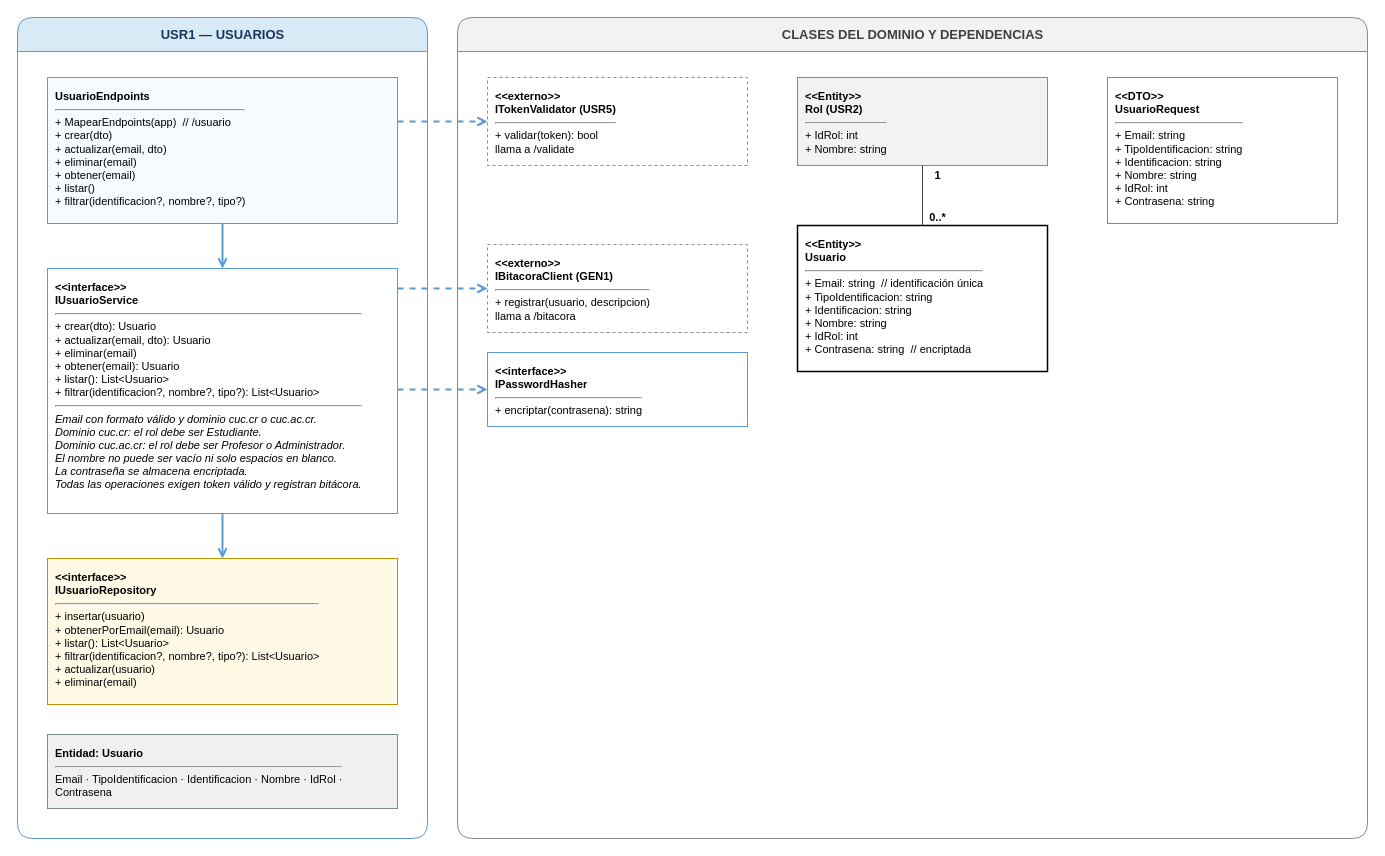
This is Documentacion/Diagramas Generales/Clases/Microservicios/DiagramaClases_AdministracionUsuarios.drawio from AskingManCode/MetaU, a draw.io file, before an edit. Source tidied: cells renumbered, new cells numbered last; positions are measured from the earlier drawing's top-left corner, leaving out a move shared by most shapes. Both pictures are drawn from the tidied source at 100%, with x=0, y=0 at pixel (17, 17).
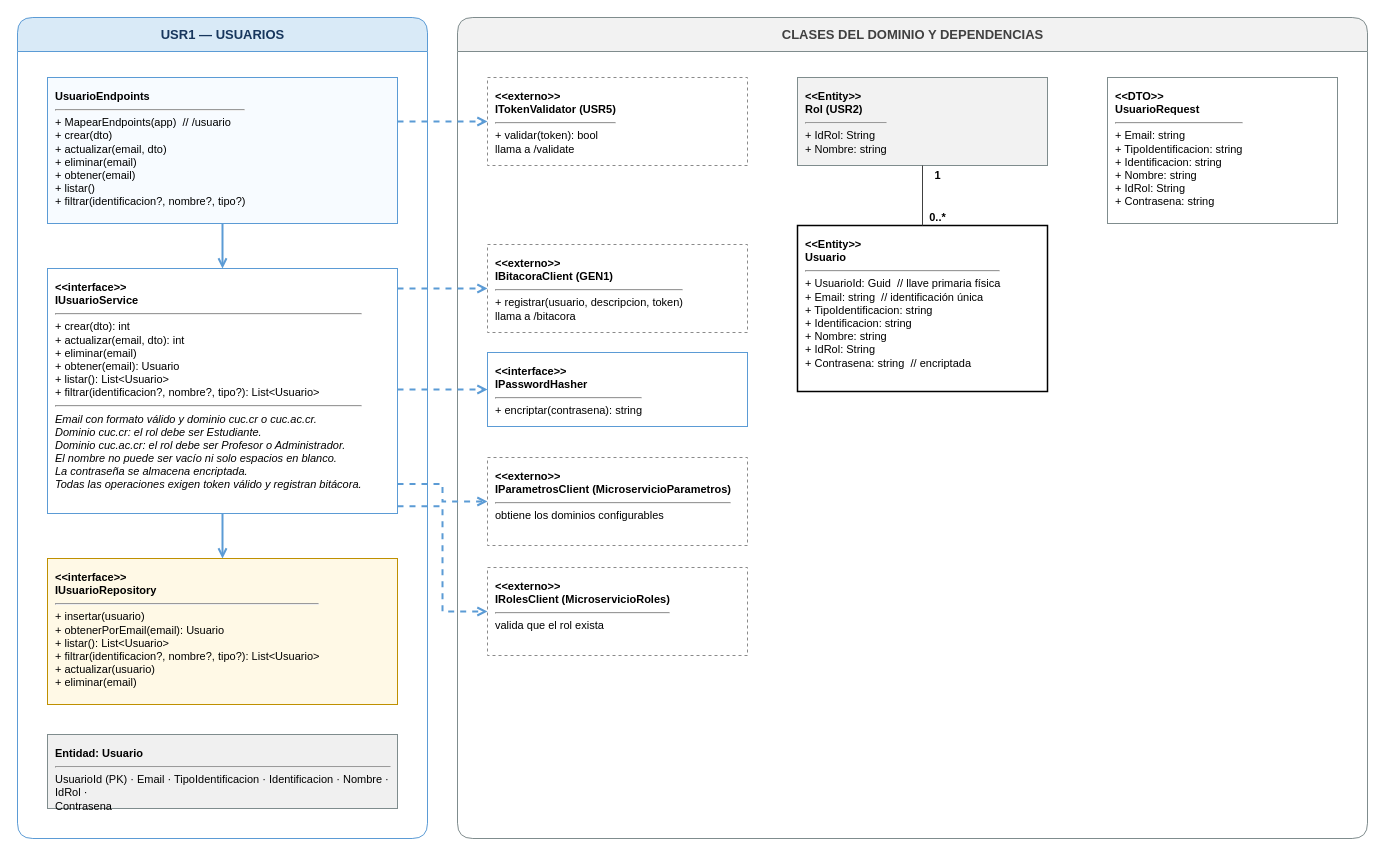
Above is the later version.

Commit message (it also covers changes not shown here):
doc: se agrega la documentacion de usuarios (#USR1)

Diff of the diagram source:
```diff
@@
-    <mxCell id="5" value="&lt;b&gt;&amp;lt;&amp;lt;interface&amp;gt;&amp;gt;&lt;br&gt;IUsuarioService&lt;/b&gt;&lt;hr&gt;+ crear(dto): Usuario&lt;br&gt;+ actualizar(email, dto): Usuario&lt;br&gt;+ eliminar(email)&lt;br&gt;+ obtener(email): Usuario&lt;br&gt;+ listar(): List&amp;lt;Usuario&amp;gt;&lt;br&gt;+ filtrar(identificacion?, nombre?, tipo?): List&amp;lt;Usuario&amp;gt;&lt;hr&gt;&lt;i&gt;Email con formato válido y dominio cuc.cr o cuc.ac.cr.&lt;br&gt;Dominio cuc.cr: el rol debe ser Estudiante.&lt;br&gt;Dominio cuc.ac.cr: el rol debe ser Profesor o Administrador.&lt;br&gt;El nombre no puede ser vacío ni solo espacios en blanco.&lt;br&gt;La contraseña se almacena encriptada.&lt;br&gt;Todas las operaciones exigen token válido y registran bitácora.&lt;/i&gt;" style="rounded=0;whiteSpace=wrap;html=1;align=left;verticalAlign=top;spacing=8;fillColor=#FFFFFF;strokeColor=#5B9BD5;fontSize=11;" parent="1" vertex="1">
+    <mxCell id="5" value="&lt;b&gt;&amp;lt;&amp;lt;interface&amp;gt;&amp;gt;&lt;br&gt;IUsuarioService&lt;/b&gt;&lt;hr&gt;+ crear(dto): int&lt;br&gt;+ actualizar(email, dto): int&lt;br&gt;+ eliminar(email)&lt;br&gt;+ obtener(email): Usuario&lt;br&gt;+ listar(): List&amp;lt;Usuario&amp;gt;&lt;br&gt;+ filtrar(identificacion?, nombre?, tipo?): List&amp;lt;Usuario&amp;gt;&lt;hr&gt;&lt;i&gt;Email con formato válido y dominio cuc.cr o cuc.ac.cr.&lt;br&gt;Dominio cuc.cr: el rol debe ser Estudiante.&lt;br&gt;Dominio cuc.ac.cr: el rol debe ser Profesor o Administrador.&lt;br&gt;El nombre no puede ser vacío ni solo espacios en blanco.&lt;br&gt;La contraseña se almacena encriptada.&lt;br&gt;Todas las operaciones exigen token válido y registran bitácora.&lt;/i&gt;" style="rounded=0;whiteSpace=wrap;html=1;align=left;verticalAlign=top;spacing=8;fillColor=#FFFFFF;strokeColor=#5B9BD5;fontSize=11;" parent="1" vertex="1">
       <mxGeometry x="30" y="251" width="350" height="245" as="geometry" />
     </mxCell>
@@
-    <mxCell id="7" value="&lt;b&gt;Entidad: Usuario&lt;/b&gt;&lt;hr&gt;Email · TipoIdentificacion · Identificacion · Nombre · IdRol ·&lt;br&gt;Contrasena" style="rounded=0;whiteSpace=wrap;html=1;align=left;verticalAlign=top;spacing=8;fillColor=#F0F0F0;strokeColor=#7F8C8D;fontSize=11;" parent="1" vertex="1">
+    <mxCell id="7" value="&lt;b&gt;Entidad: Usuario&lt;/b&gt;&lt;hr&gt;UsuarioId (PK) · Email · TipoIdentificacion · Identificacion · Nombre · IdRol ·&lt;br&gt;Contrasena" style="rounded=0;whiteSpace=wrap;html=1;align=left;verticalAlign=top;spacing=8;fillColor=#F0F0F0;strokeColor=#7F8C8D;fontSize=11;" parent="1" vertex="1">
       <mxGeometry x="30" y="717" width="350" height="74" as="geometry" />
     </mxCell>
@@
-    <mxCell id="9" value="&lt;b&gt;&amp;lt;&amp;lt;externo&amp;gt;&amp;gt;&lt;br&gt;IBitacoraClient (GEN1)&lt;/b&gt;&lt;hr&gt;+ registrar(usuario, descripcion)&lt;br&gt;llama a /bitacora" style="rounded=0;whiteSpace=wrap;html=1;align=left;verticalAlign=top;spacing=8;fillColor=#FFFFFF;strokeColor=#8A8A8A;fontSize=11;dashed=1;" parent="1" vertex="1">
+    <mxCell id="9" value="&lt;b&gt;&amp;lt;&amp;lt;externo&amp;gt;&amp;gt;&lt;br&gt;IBitacoraClient (GEN1)&lt;/b&gt;&lt;hr&gt;+ registrar(usuario, descripcion, token)&lt;br&gt;llama a /bitacora" style="rounded=0;whiteSpace=wrap;html=1;align=left;verticalAlign=top;spacing=8;fillColor=#FFFFFF;strokeColor=#8A8A8A;fontSize=11;dashed=1;" parent="1" vertex="1">
       <mxGeometry x="470" y="227" width="260" height="88" as="geometry" />
     </mxCell>
@@
-    <mxCell id="11" value="&lt;b&gt;&amp;lt;&amp;lt;Entity&amp;gt;&amp;gt;&lt;br&gt;Rol (USR2)&lt;/b&gt;&lt;hr&gt;+ IdRol: int&lt;br&gt;+ Nombre: string" style="rounded=0;whiteSpace=wrap;html=1;align=left;verticalAlign=top;spacing=8;fillColor=#F2F2F2;strokeColor=#7F8C8D;fontSize=11;" parent="1" vertex="1">
+    <mxCell id="11" value="&lt;b&gt;&amp;lt;&amp;lt;Entity&amp;gt;&amp;gt;&lt;br&gt;Rol (USR2)&lt;/b&gt;&lt;hr&gt;+ IdRol: String&lt;br&gt;+ Nombre: string" style="rounded=0;whiteSpace=wrap;html=1;align=left;verticalAlign=top;spacing=8;fillColor=#F2F2F2;strokeColor=#7F8C8D;fontSize=11;" parent="1" vertex="1">
       <mxGeometry x="780" y="60" width="250" height="88" as="geometry" />
     </mxCell>
-    <mxCell id="12" value="&lt;b&gt;&amp;lt;&amp;lt;Entity&amp;gt;&amp;gt;&lt;br&gt;Usuario&lt;/b&gt;&lt;hr&gt;+ Email: string &amp;#160;// identificación única&lt;br&gt;+ TipoIdentificacion: string&lt;br&gt;+ Identificacion: string&lt;br&gt;+ Nombre: string&lt;br&gt;+ IdRol: int&lt;br&gt;+ Contrasena: string &amp;#160;// encriptada" style="rounded=0;whiteSpace=wrap;html=1;align=left;verticalAlign=top;spacing=8;fillColor=#FFFFFF;strokeColor=#000000;fontSize=11;strokeWidth=1.5;" parent="1" vertex="1">
-      <mxGeometry x="780" y="208" width="250" height="146" as="geometry" />
+    <mxCell id="12" value="&lt;b&gt;&amp;lt;&amp;lt;Entity&amp;gt;&amp;gt;&lt;br&gt;Usuario&lt;/b&gt;&lt;hr&gt;+ UsuarioId: Guid &amp;#160;// llave primaria física&lt;br&gt;+ Email: string &amp;#160;// identificación única&lt;br&gt;+ TipoIdentificacion: string&lt;br&gt;+ Identificacion: string&lt;br&gt;+ Nombre: string&lt;br&gt;+ IdRol: String&lt;br&gt;+ Contrasena: string &amp;#160;// encriptada" style="rounded=0;whiteSpace=wrap;html=1;align=left;verticalAlign=top;spacing=8;fillColor=#FFFFFF;strokeColor=#000000;fontSize=11;strokeWidth=1.5;" parent="1" vertex="1">
+      <mxGeometry x="780" y="208" width="250" height="166" as="geometry" />
     </mxCell>
-    <mxCell id="13" value="&lt;b&gt;&amp;lt;&amp;lt;DTO&amp;gt;&amp;gt;&lt;br&gt;UsuarioRequest&lt;/b&gt;&lt;hr&gt;+ Email: string&lt;br&gt;+ TipoIdentificacion: string&lt;br&gt;+ Identificacion: string&lt;br&gt;+ Nombre: string&lt;br&gt;+ IdRol: int&lt;br&gt;+ Contrasena: string" style="rounded=0;whiteSpace=wrap;html=1;align=left;verticalAlign=top;spacing=8;fillColor=#FFFFFF;strokeColor=#7F8C8D;fontSize=11;" parent="1" vertex="1">
+    <mxCell id="13" value="&lt;b&gt;&amp;lt;&amp;lt;DTO&amp;gt;&amp;gt;&lt;br&gt;UsuarioRequest&lt;/b&gt;&lt;hr&gt;+ Email: string&lt;br&gt;+ TipoIdentificacion: string&lt;br&gt;+ Identificacion: string&lt;br&gt;+ Nombre: string&lt;br&gt;+ IdRol: String&lt;br&gt;+ Contrasena: string" style="rounded=0;whiteSpace=wrap;html=1;align=left;verticalAlign=top;spacing=8;fillColor=#FFFFFF;strokeColor=#7F8C8D;fontSize=11;" parent="1" vertex="1">
       <mxGeometry x="1090" y="60" width="230" height="146" as="geometry" />
     </mxCell>
+    <mxCell id="22" value="&lt;b&gt;&amp;lt;&amp;lt;externo&amp;gt;&amp;gt;&lt;br&gt;IParametrosClient (MicroservicioParametros)&lt;/b&gt;&lt;hr&gt;obtiene los dominios configurables" style="rounded=0;whiteSpace=wrap;html=1;align=left;verticalAlign=top;spacing=8;fillColor=#FFFFFF;strokeColor=#8A8A8A;fontSize=11;dashed=1;" parent="1" vertex="1">
+      <mxGeometry x="470" y="440" width="260" height="88" as="geometry" />
+    </mxCell>
+    <mxCell id="23" value="&lt;b&gt;&amp;lt;&amp;lt;externo&amp;gt;&amp;gt;&lt;br&gt;IRolesClient (MicroservicioRoles)&lt;/b&gt;&lt;hr&gt;valida que el rol exista" style="rounded=0;whiteSpace=wrap;html=1;align=left;verticalAlign=top;spacing=8;fillColor=#FFFFFF;strokeColor=#8A8A8A;fontSize=11;dashed=1;" parent="1" vertex="1">
+      <mxGeometry x="470" y="550" width="260" height="88" as="geometry" />
+    </mxCell>
+    <mxCell id="24" style="edgeStyle=orthogonalEdgeStyle;rounded=0;html=1;endArrow=open;endFill=0;strokeWidth=2;dashed=1;strokeColor=#5B9BD5;exitX=1.0000;exitY=0.8800;entryX=0.0000;entryY=0.5000;" parent="1" edge="1" source="5" target="22">
+      <mxGeometry relative="1" as="geometry" />
+    </mxCell>
+    <mxCell id="25" style="edgeStyle=orthogonalEdgeStyle;rounded=0;html=1;endArrow=open;endFill=0;strokeWidth=2;dashed=1;strokeColor=#5B9BD5;exitX=1.0000;exitY=0.9700;entryX=0.0000;entryY=0.5000;" parent="1" edge="1" source="5" target="23">
+      <mxGeometry relative="1" as="geometry" />
+    </mxCell>
```
